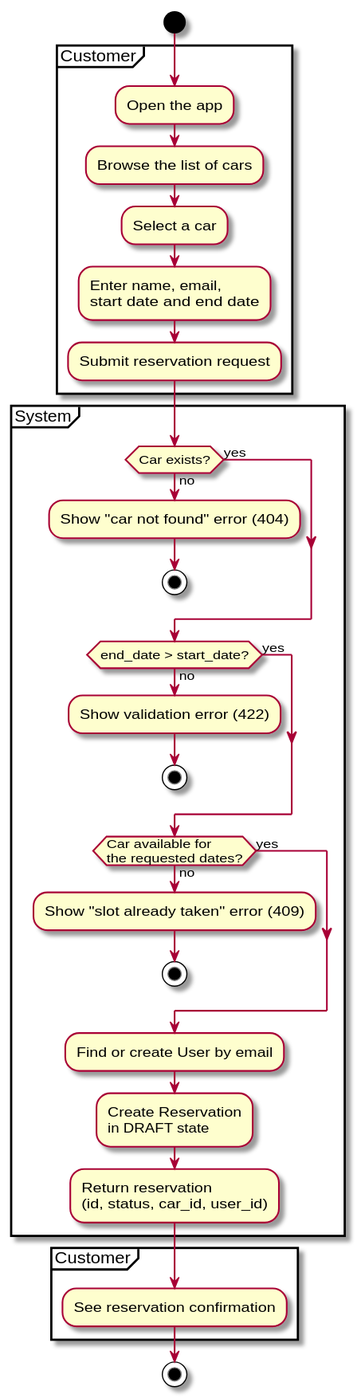
The PlantUML diagram docs/diagrams/activity-make-reservation.svg in DavidMagyarics/CarRentalVSB, before a commit. Source of this version:
```plantuml
@startuml activity-make-reservation
skinparam backgroundColor white

start

partition Customer {
  :Open the app;
  :Browse the list of cars;
  :Select a car;
  :Enter name, email,\nstart date and end date;
  :Submit reservation request;
}

partition System {
  if (Car exists?) then (yes)
  else (no)
    :Show "car not found" error (404);
    stop
  endif

  if (end_date > start_date?) then (yes)
  else (no)
    :Show validation error (422);
    stop
  endif

  if (Car available for\nthe requested dates?) then (yes)
  else (no)
    :Show "slot already taken" error (409);
    stop
  endif

  :Find or create User by email;
  :Create Reservation\nin DRAFT state;
  :Return reservation\n(id, status, car_id, user_id);
}

partition Customer {
  :See reservation confirmation;
}

stop
@enduml
```
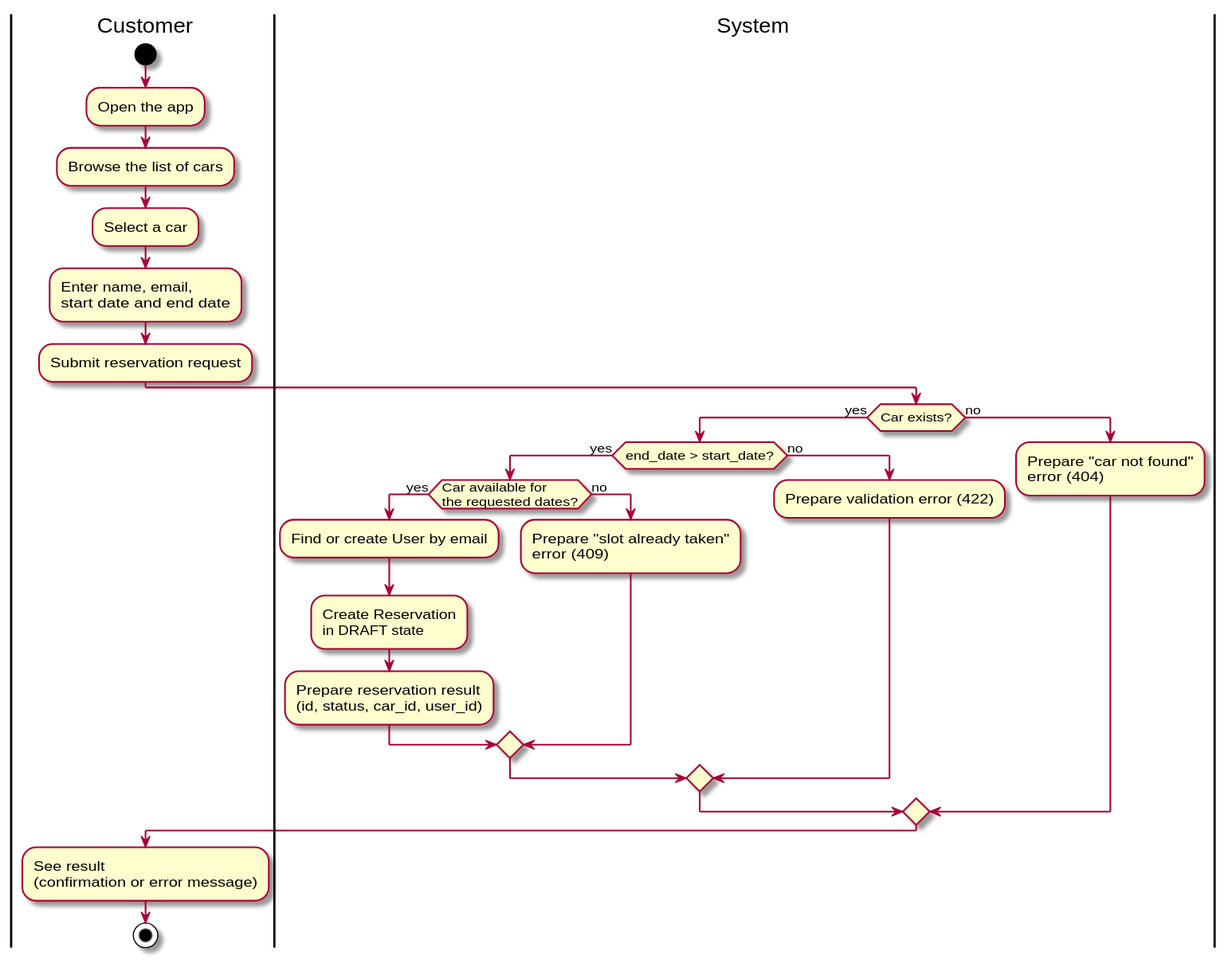
Later version of the same file.

Commit message:
chore: re-render PlantUML diagrams [skip ci]

Diff of the diagram source:
```diff
@@ -1,43 +1,32 @@
 @startuml activity-make-reservation
 skinparam backgroundColor white
 
+|Customer|
 start
+:Open the app;
+:Browse the list of cars;
+:Select a car;
+:Enter name, email,\nstart date and end date;
+:Submit reservation request;
 
-partition Customer {
-  :Open the app;
-  :Browse the list of cars;
-  :Select a car;
-  :Enter name, email,\nstart date and end date;
-  :Submit reservation request;
-}
+|System|
+if (Car exists?) then (yes)
+  if (end_date > start_date?) then (yes)
+    if (Car available for\nthe requested dates?) then (yes)
+      :Find or create User by email;
+      :Create Reservation\nin DRAFT state;
+      :Prepare reservation result\n(id, status, car_id, user_id);
+    else (no)
+      :Prepare "slot already taken"\nerror (409);
+    endif
+  else (no)
+    :Prepare validation error (422);
+  endif
+else (no)
+  :Prepare "car not found"\nerror (404);
+endif
 
-partition System {
-  if (Car exists?) then (yes)
-  else (no)
-    :Show "car not found" error (404);
-    stop
-  endif
-
-  if (end_date > start_date?) then (yes)
-  else (no)
-    :Show validation error (422);
-    stop
-  endif
-
-  if (Car available for\nthe requested dates?) then (yes)
-  else (no)
-    :Show "slot already taken" error (409);
-    stop
-  endif
-
-  :Find or create User by email;
-  :Create Reservation\nin DRAFT state;
-  :Return reservation\n(id, status, car_id, user_id);
-}
-
-partition Customer {
-  :See reservation confirmation;
-}
-
+|Customer|
+:See result\n(confirmation or error message);
 stop
 @enduml
```
